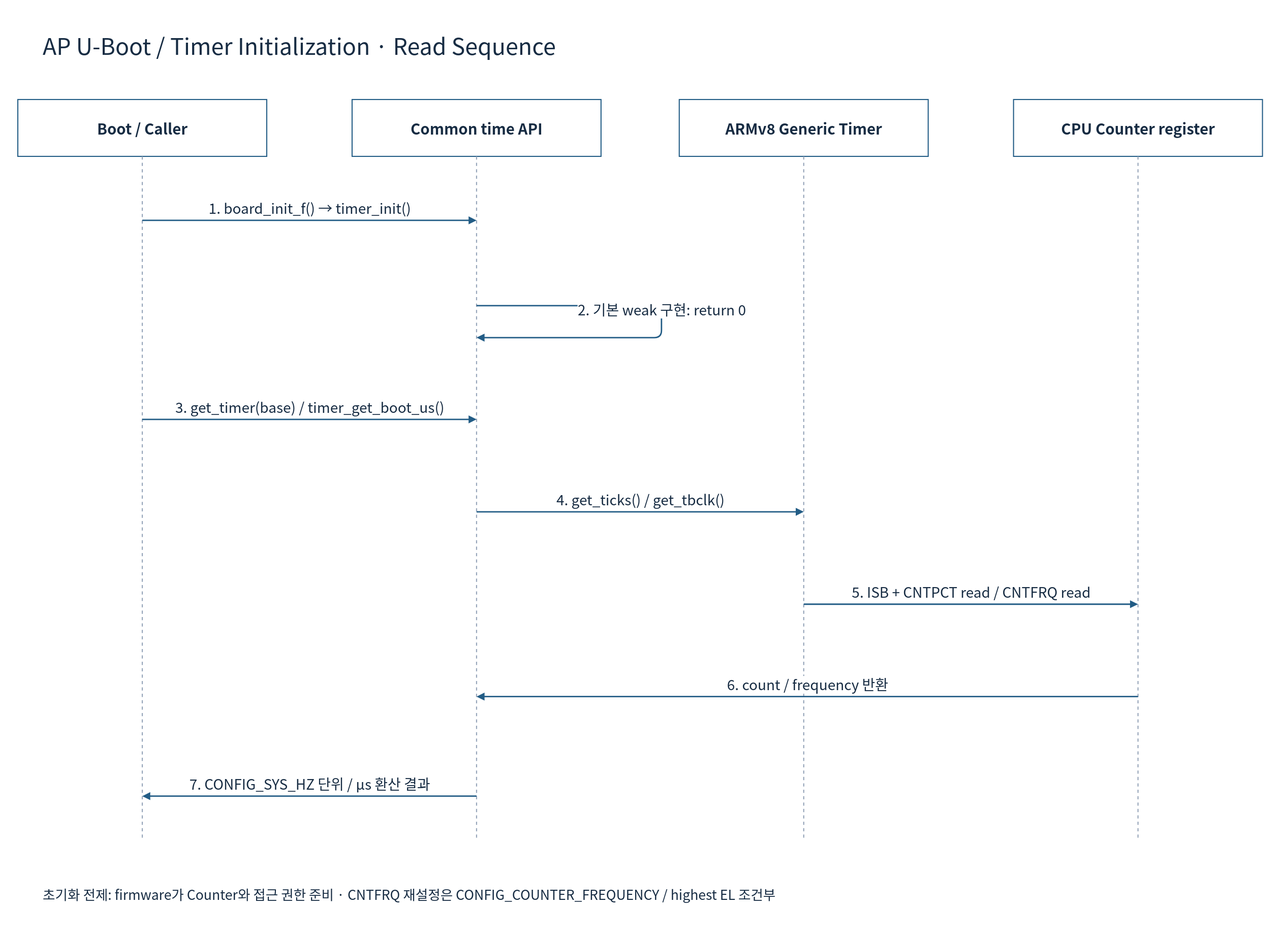
Earlier version of the draw.io export doc/phase1/timer/diagrams/08d-uboot-init.drawio.svg (cometzero/project-apollo). Source tidied: cells renumbered, new cells last; positions are measured from the earlier drawing's top-left corner, leaving out a move shared by most shapes. Its diagram source:
```xml
<mxGraphModel background="#FFFFFF">
  <root>
    <mxCell id="0" />
    <mxCell id="1" parent="0" />
    <mxCell id="2" style="rounded=0;whiteSpace=wrap;html=1;fillColor=#FFFFFF;strokeColor=none;strokeWidth=1.5;fontColor=#172C43;fontFamily=Noto Sans CJK KR;fontSize=22;spacing=10;" parent="1" vertex="1">
      <mxGeometry width="1800" height="1320" as="geometry" />
    </mxCell>
    <mxCell id="3" value="AP U-Boot / Timer Initialization · Read Sequence" style="rounded=0;whiteSpace=wrap;html=1;fillColor=#FFFFFF;strokeColor=none;strokeWidth=1.5;fontColor=#172C43;fontFamily=Noto Sans CJK KR;fontSize=22;spacing=10;fontSize=32;align=left;" parent="1" vertex="1">
      <mxGeometry x="50" y="30" width="1700" height="65" as="geometry" />
    </mxCell>
    <mxCell id="4" value="Boot / Caller" style="rounded=0;whiteSpace=wrap;html=1;fillColor=#FFFFFF;strokeColor=#235D86;strokeWidth=1.5;fontColor=#172C43;fontFamily=Noto Sans CJK KR;fontSize=22;spacing=10;fontStyle=1;fontSize=21;" parent="1" vertex="1">
      <mxGeometry x="25" y="140" width="350" height="80" as="geometry" />
    </mxCell>
    <mxCell id="5" style="endArrow=none;dashed=1;strokeColor=#94A3B8;strokeWidth=1.5;" parent="1" edge="1">
      <mxGeometry relative="1" as="geometry">
        <mxPoint x="200" y="220" as="sourcePoint" />
        <mxPoint x="200" y="1180" as="targetPoint" />
      </mxGeometry>
    </mxCell>
    <mxCell id="6" value="Common time API" style="rounded=0;whiteSpace=wrap;html=1;fillColor=#FFFFFF;strokeColor=#235D86;strokeWidth=1.5;fontColor=#172C43;fontFamily=Noto Sans CJK KR;fontSize=22;spacing=10;fontStyle=1;fontSize=21;" parent="1" vertex="1">
      <mxGeometry x="495" y="140" width="350" height="80" as="geometry" />
    </mxCell>
    <mxCell id="7" style="endArrow=none;dashed=1;strokeColor=#94A3B8;strokeWidth=1.5;" parent="1" edge="1">
      <mxGeometry relative="1" as="geometry">
        <mxPoint x="670" y="220" as="sourcePoint" />
        <mxPoint x="670" y="1180" as="targetPoint" />
      </mxGeometry>
    </mxCell>
    <mxCell id="8" value="ARMv8 Generic Timer" style="rounded=0;whiteSpace=wrap;html=1;fillColor=#FFFFFF;strokeColor=#235D86;strokeWidth=1.5;fontColor=#172C43;fontFamily=Noto Sans CJK KR;fontSize=22;spacing=10;fontStyle=1;fontSize=21;" parent="1" vertex="1">
      <mxGeometry x="955" y="140" width="350" height="80" as="geometry" />
    </mxCell>
    <mxCell id="9" style="endArrow=none;dashed=1;strokeColor=#94A3B8;strokeWidth=1.5;" parent="1" edge="1">
      <mxGeometry relative="1" as="geometry">
        <mxPoint x="1130" y="220" as="sourcePoint" />
        <mxPoint x="1130" y="1180" as="targetPoint" />
      </mxGeometry>
    </mxCell>
    <mxCell id="10" value="CPU Counter register" style="rounded=0;whiteSpace=wrap;html=1;fillColor=#FFFFFF;strokeColor=#235D86;strokeWidth=1.5;fontColor=#172C43;fontFamily=Noto Sans CJK KR;fontSize=22;spacing=10;fontStyle=1;fontSize=21;" parent="1" vertex="1">
      <mxGeometry x="1425" y="140" width="350" height="80" as="geometry" />
    </mxCell>
    <mxCell id="11" style="endArrow=none;dashed=1;strokeColor=#94A3B8;strokeWidth=1.5;" parent="1" edge="1">
      <mxGeometry relative="1" as="geometry">
        <mxPoint x="1600" y="220" as="sourcePoint" />
        <mxPoint x="1600" y="1180" as="targetPoint" />
      </mxGeometry>
    </mxCell>
    <mxCell id="12" value="1. board_init_f() → timer_init()" style="edgeStyle=none;html=1;endArrow=block;endFill=1;strokeColor=#235D86;strokeWidth=2;fontColor=#172C43;fontFamily=Noto Sans CJK KR;fontSize=20;labelBackgroundColor=#FFFFFF;" parent="1" edge="1">
      <mxGeometry relative="1" as="geometry">
        <mxPoint x="200" y="310" as="sourcePoint" />
        <mxPoint x="670" y="310" as="targetPoint" />
        <mxPoint y="-18" as="offset" />
      </mxGeometry>
    </mxCell>
    <mxCell id="13" value="2. 기본 weak 구현: return 0" style="edgeStyle=none;html=1;endArrow=block;endFill=1;strokeColor=#235D86;strokeWidth=2;fontColor=#172C43;fontFamily=Noto Sans CJK KR;fontSize=20;labelBackgroundColor=#FFFFFF;" parent="1" edge="1">
      <mxGeometry relative="1" as="geometry">
        <mxPoint x="670" y="430" as="sourcePoint" />
        <mxPoint x="670" y="475" as="targetPoint" />
        <Array as="points">
          <mxPoint x="930" y="430" />
          <mxPoint x="930" y="475" />
        </Array>
        <mxPoint y="-18" as="offset" />
      </mxGeometry>
    </mxCell>
    <mxCell id="14" value="3. get_timer(base) / timer_get_boot_us()" style="edgeStyle=none;html=1;endArrow=block;endFill=1;strokeColor=#235D86;strokeWidth=2;fontColor=#172C43;fontFamily=Noto Sans CJK KR;fontSize=20;labelBackgroundColor=#FFFFFF;" parent="1" edge="1">
      <mxGeometry relative="1" as="geometry">
        <mxPoint x="200" y="590" as="sourcePoint" />
        <mxPoint x="670" y="590" as="targetPoint" />
        <mxPoint y="-18" as="offset" />
      </mxGeometry>
    </mxCell>
    <mxCell id="15" value="4. get_ticks() / get_tbclk()" style="edgeStyle=none;html=1;endArrow=block;endFill=1;strokeColor=#235D86;strokeWidth=2;fontColor=#172C43;fontFamily=Noto Sans CJK KR;fontSize=20;labelBackgroundColor=#FFFFFF;" parent="1" edge="1">
      <mxGeometry relative="1" as="geometry">
        <mxPoint x="670" y="720" as="sourcePoint" />
        <mxPoint x="1130" y="720" as="targetPoint" />
        <mxPoint y="-18" as="offset" />
      </mxGeometry>
    </mxCell>
    <mxCell id="16" value="5. ISB + CNTPCT read / CNTFRQ read" style="edgeStyle=none;html=1;endArrow=block;endFill=1;strokeColor=#235D86;strokeWidth=2;fontColor=#172C43;fontFamily=Noto Sans CJK KR;fontSize=20;labelBackgroundColor=#FFFFFF;" parent="1" edge="1">
      <mxGeometry relative="1" as="geometry">
        <mxPoint x="1130" y="850" as="sourcePoint" />
        <mxPoint x="1600" y="850" as="targetPoint" />
        <mxPoint y="-18" as="offset" />
      </mxGeometry>
    </mxCell>
    <mxCell id="17" value="6. count / frequency 반환" style="edgeStyle=none;html=1;endArrow=block;endFill=1;strokeColor=#235D86;strokeWidth=2;fontColor=#172C43;fontFamily=Noto Sans CJK KR;fontSize=20;labelBackgroundColor=#FFFFFF;" parent="1" edge="1">
      <mxGeometry relative="1" as="geometry">
        <mxPoint x="1600" y="980" as="sourcePoint" />
        <mxPoint x="670" y="980" as="targetPoint" />
        <mxPoint y="-18" as="offset" />
      </mxGeometry>
    </mxCell>
    <mxCell id="18" value="7. CONFIG_SYS_HZ 단위 / μs 환산 결과" style="edgeStyle=none;html=1;endArrow=block;endFill=1;strokeColor=#235D86;strokeWidth=2;fontColor=#172C43;fontFamily=Noto Sans CJK KR;fontSize=20;labelBackgroundColor=#FFFFFF;" parent="1" edge="1">
      <mxGeometry relative="1" as="geometry">
        <mxPoint x="670" y="1120" as="sourcePoint" />
        <mxPoint x="200" y="1120" as="targetPoint" />
        <mxPoint y="-18" as="offset" />
      </mxGeometry>
    </mxCell>
    <mxCell id="19" value="초기화 전제: firmware가 Counter와 접근 권한 준비 · CNTFRQ 재설정은 CONFIG_COUNTER_FREQUENCY / highest EL 조건부" style="rounded=0;whiteSpace=wrap;html=1;fillColor=#FFFFFF;strokeColor=none;strokeWidth=1.5;fontColor=#172C43;fontFamily=Noto Sans CJK KR;fontSize=22;spacing=10;fontSize=19;align=left;" parent="1" vertex="1">
      <mxGeometry x="50" y="1230" width="1700" height="55" as="geometry" />
    </mxCell>
  </root>
</mxGraphModel>
```
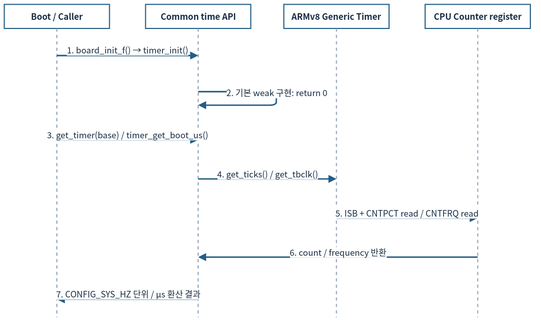
Later version of the same file.

Diff of the diagram source:
```diff
@@ -2,103 +2,94 @@
   <root>
     <mxCell id="0" />
     <mxCell id="1" parent="0" />
-    <mxCell id="2" style="rounded=0;whiteSpace=wrap;html=1;fillColor=#FFFFFF;strokeColor=none;strokeWidth=1.5;fontColor=#172C43;fontFamily=Noto Sans CJK KR;fontSize=22;spacing=10;" parent="1" vertex="1">
-      <mxGeometry width="1800" height="1320" as="geometry" />
-    </mxCell>
-    <mxCell id="3" value="AP U-Boot / Timer Initialization · Read Sequence" style="rounded=0;whiteSpace=wrap;html=1;fillColor=#FFFFFF;strokeColor=none;strokeWidth=1.5;fontColor=#172C43;fontFamily=Noto Sans CJK KR;fontSize=22;spacing=10;fontSize=32;align=left;" parent="1" vertex="1">
-      <mxGeometry x="50" y="30" width="1700" height="65" as="geometry" />
-    </mxCell>
-    <mxCell id="4" value="Boot / Caller" style="rounded=0;whiteSpace=wrap;html=1;fillColor=#FFFFFF;strokeColor=#235D86;strokeWidth=1.5;fontColor=#172C43;fontFamily=Noto Sans CJK KR;fontSize=22;spacing=10;fontStyle=1;fontSize=21;" parent="1" vertex="1">
-      <mxGeometry x="25" y="140" width="350" height="80" as="geometry" />
+    <mxCell id="4" value="Boot / Caller" style="rounded=0;whiteSpace=wrap;html=1;fillColor=#FFFFFF;strokeColor=#235D86;strokeWidth=1.5;fontColor=#172C43;fontFamily=Noto Sans CJK KR;fontStyle=1;fontSize=12;spacing=3;whiteSpace=wrap;" parent="1" vertex="1">
+      <mxGeometry x="12" y="12" width="148" height="33.8" as="geometry" />
     </mxCell>
-    <mxCell id="5" style="endArrow=none;dashed=1;strokeColor=#94A3B8;strokeWidth=1.5;" parent="1" edge="1">
+    <mxCell id="5" style="endArrow=none;dashed=1;strokeColor=#94A3B8;strokeWidth=1.5;fontSize=12;spacing=3;whiteSpace=nowrap;" parent="1" edge="1">
       <mxGeometry relative="1" as="geometry">
-        <mxPoint x="200" y="220" as="sourcePoint" />
-        <mxPoint x="200" y="1180" as="targetPoint" />
+        <mxPoint x="86" y="45.8" as="sourcePoint" />
+        <mxPoint x="86" y="451.8" as="targetPoint" />
       </mxGeometry>
     </mxCell>
-    <mxCell id="6" value="Common time API" style="rounded=0;whiteSpace=wrap;html=1;fillColor=#FFFFFF;strokeColor=#235D86;strokeWidth=1.5;fontColor=#172C43;fontFamily=Noto Sans CJK KR;fontSize=22;spacing=10;fontStyle=1;fontSize=21;" parent="1" vertex="1">
-      <mxGeometry x="495" y="140" width="350" height="80" as="geometry" />
+    <mxCell id="6" value="Common time API" style="rounded=0;whiteSpace=wrap;html=1;fillColor=#FFFFFF;strokeColor=#235D86;strokeWidth=1.5;fontColor=#172C43;fontFamily=Noto Sans CJK KR;fontStyle=1;fontSize=12;spacing=3;whiteSpace=wrap;" parent="1" vertex="1">
+      <mxGeometry x="210.7" y="12" width="148" height="33.8" as="geometry" />
     </mxCell>
-    <mxCell id="7" style="endArrow=none;dashed=1;strokeColor=#94A3B8;strokeWidth=1.5;" parent="1" edge="1">
+    <mxCell id="7" style="endArrow=none;dashed=1;strokeColor=#94A3B8;strokeWidth=1.5;fontSize=12;spacing=3;whiteSpace=nowrap;" parent="1" edge="1">
       <mxGeometry relative="1" as="geometry">
-        <mxPoint x="670" y="220" as="sourcePoint" />
-        <mxPoint x="670" y="1180" as="targetPoint" />
+        <mxPoint x="284.7" y="45.8" as="sourcePoint" />
+        <mxPoint x="284.7" y="451.8" as="targetPoint" />
       </mxGeometry>
     </mxCell>
-    <mxCell id="8" value="ARMv8 Generic Timer" style="rounded=0;whiteSpace=wrap;html=1;fillColor=#FFFFFF;strokeColor=#235D86;strokeWidth=1.5;fontColor=#172C43;fontFamily=Noto Sans CJK KR;fontSize=22;spacing=10;fontStyle=1;fontSize=21;" parent="1" vertex="1">
-      <mxGeometry x="955" y="140" width="350" height="80" as="geometry" />
+    <mxCell id="8" value="ARMv8 Generic Timer" style="rounded=0;whiteSpace=wrap;html=1;fillColor=#FFFFFF;strokeColor=#235D86;strokeWidth=1.5;fontColor=#172C43;fontFamily=Noto Sans CJK KR;fontStyle=1;fontSize=12;spacing=3;whiteSpace=wrap;" parent="1" vertex="1">
+      <mxGeometry x="405.3" y="12" width="148" height="33.8" as="geometry" />
     </mxCell>
-    <mxCell id="9" style="endArrow=none;dashed=1;strokeColor=#94A3B8;strokeWidth=1.5;" parent="1" edge="1">
+    <mxCell id="9" style="endArrow=none;dashed=1;strokeColor=#94A3B8;strokeWidth=1.5;fontSize=12;spacing=3;whiteSpace=nowrap;" parent="1" edge="1">
       <mxGeometry relative="1" as="geometry">
-        <mxPoint x="1130" y="220" as="sourcePoint" />
-        <mxPoint x="1130" y="1180" as="targetPoint" />
+        <mxPoint x="479.3" y="45.8" as="sourcePoint" />
+        <mxPoint x="479.3" y="451.8" as="targetPoint" />
       </mxGeometry>
     </mxCell>
-    <mxCell id="10" value="CPU Counter register" style="rounded=0;whiteSpace=wrap;html=1;fillColor=#FFFFFF;strokeColor=#235D86;strokeWidth=1.5;fontColor=#172C43;fontFamily=Noto Sans CJK KR;fontSize=22;spacing=10;fontStyle=1;fontSize=21;" parent="1" vertex="1">
-      <mxGeometry x="1425" y="140" width="350" height="80" as="geometry" />
+    <mxCell id="10" value="CPU Counter register" style="rounded=0;whiteSpace=wrap;html=1;fillColor=#FFFFFF;strokeColor=#235D86;strokeWidth=1.5;fontColor=#172C43;fontFamily=Noto Sans CJK KR;fontStyle=1;fontSize=12;spacing=3;whiteSpace=wrap;" parent="1" vertex="1">
+      <mxGeometry x="604" y="12" width="148" height="33.8" as="geometry" />
     </mxCell>
-    <mxCell id="11" style="endArrow=none;dashed=1;strokeColor=#94A3B8;strokeWidth=1.5;" parent="1" edge="1">
+    <mxCell id="11" style="endArrow=none;dashed=1;strokeColor=#94A3B8;strokeWidth=1.5;fontSize=12;spacing=3;whiteSpace=nowrap;" parent="1" edge="1">
       <mxGeometry relative="1" as="geometry">
-        <mxPoint x="1600" y="220" as="sourcePoint" />
-        <mxPoint x="1600" y="1180" as="targetPoint" />
+        <mxPoint x="678" y="45.8" as="sourcePoint" />
+        <mxPoint x="678" y="451.8" as="targetPoint" />
       </mxGeometry>
     </mxCell>
-    <mxCell id="12" value="1. board_init_f() → timer_init()" style="edgeStyle=none;html=1;endArrow=block;endFill=1;strokeColor=#235D86;strokeWidth=2;fontColor=#172C43;fontFamily=Noto Sans CJK KR;fontSize=20;labelBackgroundColor=#FFFFFF;" parent="1" edge="1">
+    <mxCell id="12" value="1. board_init_f() → timer_init()" style="edgeStyle=none;html=1;endArrow=block;endFill=1;strokeColor=#235D86;strokeWidth=2;fontColor=#172C43;fontFamily=Noto Sans CJK KR;labelBackgroundColor=#FFFFFF;fontSize=12;spacing=3;whiteSpace=nowrap;" parent="1" edge="1">
       <mxGeometry relative="1" as="geometry">
-        <mxPoint x="200" y="310" as="sourcePoint" />
-        <mxPoint x="670" y="310" as="targetPoint" />
-        <mxPoint y="-18" as="offset" />
+        <mxPoint x="86" y="83.9" as="sourcePoint" />
+        <mxPoint x="284.7" y="83.9" as="targetPoint" />
+        <mxPoint y="-7.6" as="offset" />
       </mxGeometry>
     </mxCell>
-    <mxCell id="13" value="2. 기본 weak 구현: return 0" style="edgeStyle=none;html=1;endArrow=block;endFill=1;strokeColor=#235D86;strokeWidth=2;fontColor=#172C43;fontFamily=Noto Sans CJK KR;fontSize=20;labelBackgroundColor=#FFFFFF;" parent="1" edge="1">
+    <mxCell id="13" value="2. 기본 weak 구현: return 0" style="edgeStyle=none;html=1;endArrow=block;endFill=1;strokeColor=#235D86;strokeWidth=2;fontColor=#172C43;fontFamily=Noto Sans CJK KR;labelBackgroundColor=#FFFFFF;fontSize=12;spacing=3;whiteSpace=nowrap;" parent="1" edge="1">
       <mxGeometry relative="1" as="geometry">
-        <mxPoint x="670" y="430" as="sourcePoint" />
-        <mxPoint x="670" y="475" as="targetPoint" />
+        <mxPoint x="284.7" y="134.6" as="sourcePoint" />
+        <mxPoint x="284.7" y="153.7" as="targetPoint" />
         <Array as="points">
-          <mxPoint x="930" y="430" />
-          <mxPoint x="930" y="475" />
+          <mxPoint x="394.7" y="134.6" />
+          <mxPoint x="394.7" y="153.7" />
         </Array>
-        <mxPoint y="-18" as="offset" />
+        <mxPoint y="-7.6" as="offset" />
       </mxGeometry>
     </mxCell>
-    <mxCell id="14" value="3. get_timer(base) / timer_get_boot_us()" style="edgeStyle=none;html=1;endArrow=block;endFill=1;strokeColor=#235D86;strokeWidth=2;fontColor=#172C43;fontFamily=Noto Sans CJK KR;fontSize=20;labelBackgroundColor=#FFFFFF;" parent="1" edge="1">
+    <mxCell id="14" value="3. get_timer(base) / timer_get_boot_us()" style="edgeStyle=none;html=1;endArrow=block;endFill=1;strokeColor=#235D86;strokeWidth=2;fontColor=#172C43;fontFamily=Noto Sans CJK KR;labelBackgroundColor=#FFFFFF;fontSize=12;spacing=3;whiteSpace=nowrap;" parent="1" edge="1">
       <mxGeometry relative="1" as="geometry">
-        <mxPoint x="200" y="590" as="sourcePoint" />
-        <mxPoint x="670" y="590" as="targetPoint" />
-        <mxPoint y="-18" as="offset" />
+        <mxPoint x="86" y="202.3" as="sourcePoint" />
+        <mxPoint x="284.7" y="202.3" as="targetPoint" />
+        <mxPoint y="-7.6" as="offset" />
       </mxGeometry>
     </mxCell>
-    <mxCell id="15" value="4. get_ticks() / get_tbclk()" style="edgeStyle=none;html=1;endArrow=block;endFill=1;strokeColor=#235D86;strokeWidth=2;fontColor=#172C43;fontFamily=Noto Sans CJK KR;fontSize=20;labelBackgroundColor=#FFFFFF;" parent="1" edge="1">
+    <mxCell id="15" value="4. get_ticks() / get_tbclk()" style="edgeStyle=none;html=1;endArrow=block;endFill=1;strokeColor=#235D86;strokeWidth=2;fontColor=#172C43;fontFamily=Noto Sans CJK KR;labelBackgroundColor=#FFFFFF;fontSize=12;spacing=3;whiteSpace=nowrap;" parent="1" edge="1">
       <mxGeometry relative="1" as="geometry">
-        <mxPoint x="670" y="720" as="sourcePoint" />
-        <mxPoint x="1130" y="720" as="targetPoint" />
-        <mxPoint y="-18" as="offset" />
+        <mxPoint x="284.7" y="257.3" as="sourcePoint" />
+        <mxPoint x="479.3" y="257.3" as="targetPoint" />
+        <mxPoint y="-7.6" as="offset" />
       </mxGeometry>
     </mxCell>
-    <mxCell id="16" value="5. ISB + CNTPCT read / CNTFRQ read" style="edgeStyle=none;html=1;endArrow=block;endFill=1;strokeColor=#235D86;strokeWidth=2;fontColor=#172C43;fontFamily=Noto Sans CJK KR;fontSize=20;labelBackgroundColor=#FFFFFF;" parent="1" edge="1">
+    <mxCell id="16" value="5. ISB + CNTPCT read / CNTFRQ read" style="edgeStyle=none;html=1;endArrow=block;endFill=1;strokeColor=#235D86;strokeWidth=2;fontColor=#172C43;fontFamily=Noto Sans CJK KR;labelBackgroundColor=#FFFFFF;fontSize=12;spacing=3;whiteSpace=nowrap;" parent="1" edge="1">
       <mxGeometry relative="1" as="geometry">
-        <mxPoint x="1130" y="850" as="sourcePoint" />
-        <mxPoint x="1600" y="850" as="targetPoint" />
-        <mxPoint y="-18" as="offset" />
+        <mxPoint x="479.3" y="312.2" as="sourcePoint" />
+        <mxPoint x="678" y="312.2" as="targetPoint" />
+        <mxPoint y="-7.6" as="offset" />
       </mxGeometry>
     </mxCell>
-    <mxCell id="17" value="6. count / frequency 반환" style="edgeStyle=none;html=1;endArrow=block;endFill=1;strokeColor=#235D86;strokeWidth=2;fontColor=#172C43;fontFamily=Noto Sans CJK KR;fontSize=20;labelBackgroundColor=#FFFFFF;" parent="1" edge="1">
+    <mxCell id="17" value="6. count / frequency 반환" style="edgeStyle=none;html=1;endArrow=block;endFill=1;strokeColor=#235D86;strokeWidth=2;fontColor=#172C43;fontFamily=Noto Sans CJK KR;labelBackgroundColor=#FFFFFF;fontSize=12;spacing=3;whiteSpace=nowrap;" parent="1" edge="1">
       <mxGeometry relative="1" as="geometry">
-        <mxPoint x="1600" y="980" as="sourcePoint" />
-        <mxPoint x="670" y="980" as="targetPoint" />
-        <mxPoint y="-18" as="offset" />
+        <mxPoint x="678" y="367.2" as="sourcePoint" />
+        <mxPoint x="284.7" y="367.2" as="targetPoint" />
+        <mxPoint y="-7.6" as="offset" />
       </mxGeometry>
     </mxCell>
-    <mxCell id="18" value="7. CONFIG_SYS_HZ 단위 / μs 환산 결과" style="edgeStyle=none;html=1;endArrow=block;endFill=1;strokeColor=#235D86;strokeWidth=2;fontColor=#172C43;fontFamily=Noto Sans CJK KR;fontSize=20;labelBackgroundColor=#FFFFFF;" parent="1" edge="1">
+    <mxCell id="18" value="7. CONFIG_SYS_HZ 단위 / μs 환산 결과" style="edgeStyle=none;html=1;endArrow=block;endFill=1;strokeColor=#235D86;strokeWidth=2;fontColor=#172C43;fontFamily=Noto Sans CJK KR;labelBackgroundColor=#FFFFFF;fontSize=12;spacing=3;whiteSpace=nowrap;" parent="1" edge="1">
       <mxGeometry relative="1" as="geometry">
-        <mxPoint x="670" y="1120" as="sourcePoint" />
-        <mxPoint x="200" y="1120" as="targetPoint" />
-        <mxPoint y="-18" as="offset" />
+        <mxPoint x="284.7" y="426.4" as="sourcePoint" />
+        <mxPoint x="86" y="426.4" as="targetPoint" />
+        <mxPoint y="-7.6" as="offset" />
       </mxGeometry>
     </mxCell>
-    <mxCell id="19" value="초기화 전제: firmware가 Counter와 접근 권한 준비 · CNTFRQ 재설정은 CONFIG_COUNTER_FREQUENCY / highest EL 조건부" style="rounded=0;whiteSpace=wrap;html=1;fillColor=#FFFFFF;strokeColor=none;strokeWidth=1.5;fontColor=#172C43;fontFamily=Noto Sans CJK KR;fontSize=22;spacing=10;fontSize=19;align=left;" parent="1" vertex="1">
-      <mxGeometry x="50" y="1230" width="1700" height="55" as="geometry" />
-    </mxCell>
   </root>
 </mxGraphModel>
```
